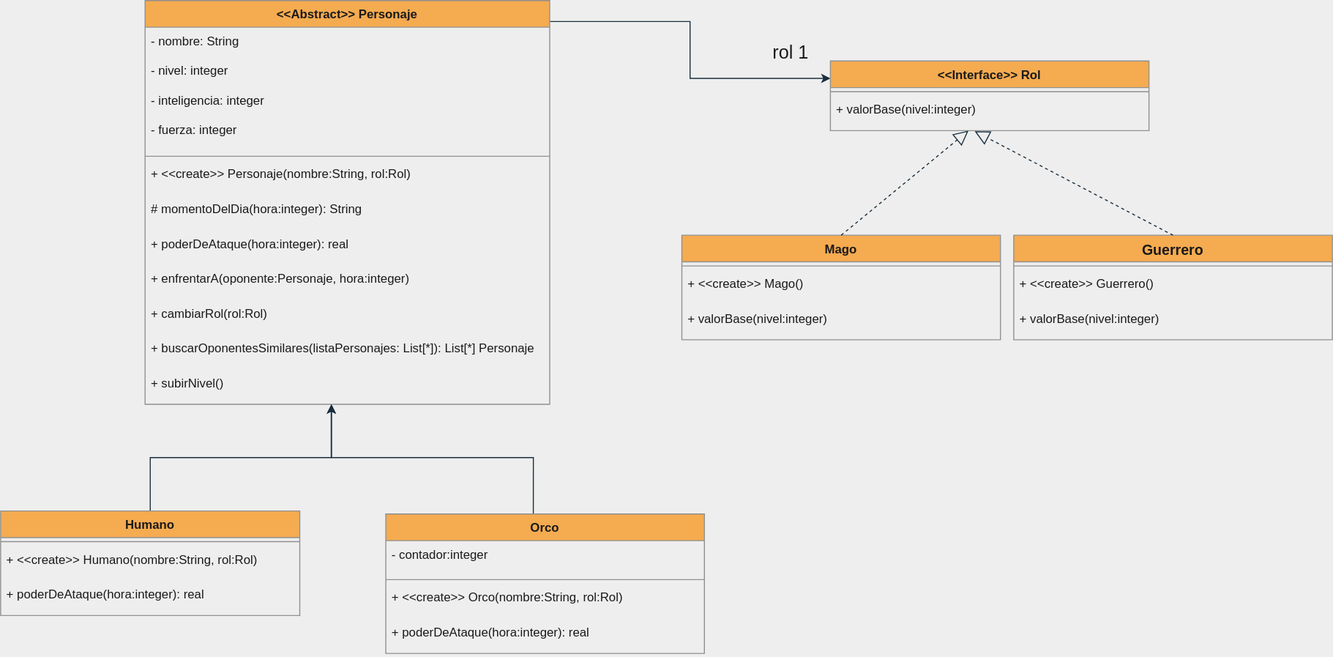
Before: Parciales/ResolucionParcial02/UMLParcial02.svg, a diagram exported from draw.io (dazayamil/Java_Objetos1). Source tidied: cells renumbered, new cells last; positions are measured from the earlier drawing's top-left corner, leaving out a move shared by most shapes.
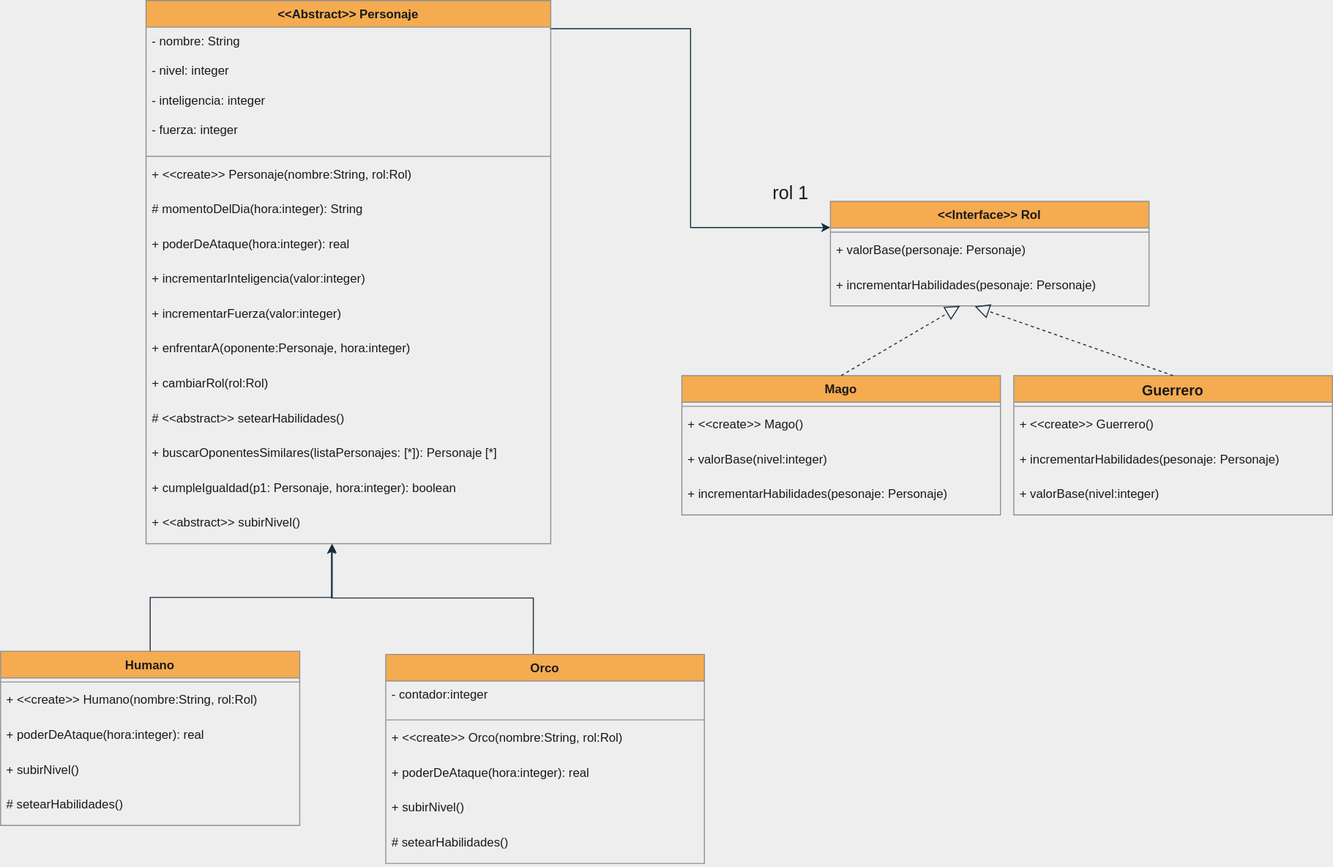
After the commit.

Commit message:
Diseño UML finalizado y metodo Cambiar Rol finalizado

Diff of the diagram source:
```diff
@@ -6,7 +6,7 @@
       <mxGeometry relative="1" as="geometry" />
     </mxCell>
     <mxCell id="3" value="&lt;&lt;Abstract&gt;&gt; Personaje" style="swimlane;fontStyle=1;align=center;verticalAlign=top;horizontal=1;startSize=26;fillColor=#F5AB50;strokeColor=#909090;fontColor=#1A1A1A;" parent="1" vertex="1">
-      <mxGeometry x="141" width="395" height="394" as="geometry" />
+      <mxGeometry x="142" y="-137" width="395" height="530" as="geometry" />
     </mxCell>
     <mxCell id="4" value="- nombre: String" style="text;strokeColor=none;fillColor=none;align=left;verticalAlign=top;spacingLeft=4;spacingRight=4;overflow=hidden;fontColor=#1A1A1A;" parent="3" vertex="1">
       <mxGeometry y="26" width="395" height="29" as="geometry" />
@@ -32,23 +32,35 @@
     <mxCell id="11" value="+ poderDeAtaque(hora:integer): real" style="text;strokeColor=none;fillColor=none;align=left;verticalAlign=top;spacingLeft=4;spacingRight=4;overflow=hidden;fontColor=#1A1A1A;" parent="3" vertex="1">
       <mxGeometry y="224" width="395" height="34" as="geometry" />
     </mxCell>
+    <mxCell id="41" value="+ incrementarInteligencia(valor:integer)" style="text;strokeColor=none;fillColor=none;align=left;verticalAlign=top;spacingLeft=4;spacingRight=4;overflow=hidden;fontColor=#1A1A1A;" parent="3" vertex="1">
+      <mxGeometry y="258" width="395" height="34" as="geometry" />
+    </mxCell>
+    <mxCell id="42" value="+ incrementarFuerza(valor:integer)" style="text;strokeColor=none;fillColor=none;align=left;verticalAlign=top;spacingLeft=4;spacingRight=4;overflow=hidden;fontColor=#1A1A1A;" parent="3" vertex="1">
+      <mxGeometry y="292" width="395" height="34" as="geometry" />
+    </mxCell>
     <mxCell id="12" value="+ enfrentarA(oponente:Personaje, hora:integer)" style="text;strokeColor=none;fillColor=none;align=left;verticalAlign=top;spacingLeft=4;spacingRight=4;overflow=hidden;fontColor=#1A1A1A;" parent="3" vertex="1">
-      <mxGeometry y="258" width="395" height="34" as="geometry" />
+      <mxGeometry y="326" width="395" height="34" as="geometry" />
     </mxCell>
     <mxCell id="13" value="+ cambiarRol(rol:Rol)" style="text;strokeColor=none;fillColor=none;align=left;verticalAlign=top;spacingLeft=4;spacingRight=4;overflow=hidden;fontColor=#1A1A1A;" parent="3" vertex="1">
-      <mxGeometry y="292" width="395" height="34" as="geometry" />
+      <mxGeometry y="360" width="395" height="34" as="geometry" />
     </mxCell>
+    <mxCell id="43" value="# &lt;&lt;abstract&gt;&gt; setearHabilidades()" style="text;strokeColor=none;fillColor=none;align=left;verticalAlign=top;spacingLeft=4;spacingRight=4;overflow=hidden;fontColor=#1A1A1A;" parent="3" vertex="1">
+      <mxGeometry y="394" width="395" height="34" as="geometry" />
+    </mxCell>
-    <mxCell id="14" value="+ buscarOponentesSimilares(listaPersonajes: List[*]): List[*] Personaje" style="text;strokeColor=none;fillColor=none;align=left;verticalAlign=top;spacingLeft=4;spacingRight=4;overflow=hidden;fontColor=#1A1A1A;" parent="3" vertex="1">
-      <mxGeometry y="326" width="395" height="34" as="geometry" />
+    <mxCell id="14" value="+ buscarOponentesSimilares(listaPersonajes: [*]): Personaje [*]" style="text;strokeColor=none;fillColor=none;align=left;verticalAlign=top;spacingLeft=4;spacingRight=4;overflow=hidden;fontColor=#1A1A1A;" parent="3" vertex="1">
+      <mxGeometry y="428" width="395" height="34" as="geometry" />
     </mxCell>
+    <mxCell id="44" value="+ cumpleIgualdad(p1: Personaje, hora:integer): boolean" style="text;strokeColor=none;fillColor=none;align=left;verticalAlign=top;spacingLeft=4;spacingRight=4;overflow=hidden;fontColor=#1A1A1A;" parent="3" vertex="1">
+      <mxGeometry y="462" width="395" height="34" as="geometry" />
+    </mxCell>
-    <mxCell id="15" value="+ subirNivel()" style="text;strokeColor=none;fillColor=none;align=left;verticalAlign=top;spacingLeft=4;spacingRight=4;overflow=hidden;points=[[0,0.5],[1,0.5]];portConstraint=eastwest;fontColor=#1A1A1A;" parent="3" vertex="1">
-      <mxGeometry y="360" width="395" height="34" as="geometry" />
+    <mxCell id="15" value="+ &lt;&lt;abstract&gt;&gt; subirNivel()" style="text;strokeColor=none;fillColor=none;align=left;verticalAlign=top;spacingLeft=4;spacingRight=4;overflow=hidden;points=[[0,0.5],[1,0.5]];portConstraint=eastwest;fontColor=#1A1A1A;" parent="3" vertex="1">
+      <mxGeometry y="496" width="395" height="34" as="geometry" />
     </mxCell>
     <mxCell id="16" style="edgeStyle=orthogonalEdgeStyle;rounded=0;jettySize=auto;html=1;entryX=0.46;entryY=1.004;entryDx=0;entryDy=0;entryPerimeter=0;strokeColor=#182E3E;fontColor=#1A1A1A;" parent="1" edge="1" source="17" target="15">
       <mxGeometry relative="1" as="geometry" />
     </mxCell>
     <mxCell id="17" value="Humano" style="swimlane;fontStyle=1;align=center;verticalAlign=top;horizontal=1;startSize=26;fillColor=#F5AB50;strokeColor=#909090;fontColor=#1A1A1A;" parent="1" vertex="1">
-      <mxGeometry y="498" width="292" height="102" as="geometry" />
+      <mxGeometry y="498" width="292" height="170" as="geometry" />
     </mxCell>
     <mxCell id="18" style="line;strokeWidth=1;fillColor=none;align=left;verticalAlign=middle;spacingTop=-1;spacingLeft=3;spacingRight=3;labelPosition=right;strokeColor=#909090;labelBackgroundColor=#EEEEEE;fontColor=#1A1A1A;" parent="17" vertex="1">
       <mxGeometry y="26" width="292" height="8" as="geometry" />
@@ -59,6 +71,12 @@
     <mxCell id="20" value="+ poderDeAtaque(hora:integer): real" style="text;strokeColor=none;fillColor=none;align=left;verticalAlign=top;spacingLeft=4;spacingRight=4;overflow=hidden;fontColor=#1A1A1A;" parent="17" vertex="1">
       <mxGeometry y="68" width="292" height="34" as="geometry" />
     </mxCell>
+    <mxCell id="45" value="+ subirNivel()" style="text;strokeColor=none;fillColor=none;align=left;verticalAlign=top;spacingLeft=4;spacingRight=4;overflow=hidden;fontColor=#1A1A1A;" parent="17" vertex="1">
+      <mxGeometry y="102" width="292" height="34" as="geometry" />
+    </mxCell>
+    <mxCell id="46" value="# setearHabilidades()" style="text;strokeColor=none;fillColor=none;align=left;verticalAlign=top;spacingLeft=4;spacingRight=4;overflow=hidden;fontColor=#1A1A1A;" parent="17" vertex="1">
+      <mxGeometry y="136" width="292" height="34" as="geometry" />
+    </mxCell>
     <mxCell id="21" style="edgeStyle=orthogonalEdgeStyle;rounded=0;jettySize=auto;html=1;strokeColor=#182E3E;fontColor=#1A1A1A;exitX=0.463;exitY=0;exitDx=0;exitDy=0;exitPerimeter=0;" parent="1" edge="1" source="22">
       <mxGeometry relative="1" as="geometry">
         <mxPoint x="323" y="394" as="targetPoint" />
@@ -69,7 +87,7 @@
       </mxGeometry>
     </mxCell>
     <mxCell id="22" value="Orco" style="swimlane;fontStyle=1;align=center;verticalAlign=top;horizontal=1;startSize=26;fillColor=#F5AB50;strokeColor=#909090;fontColor=#1A1A1A;" parent="1" vertex="1">
-      <mxGeometry x="376" y="501" width="311" height="136" as="geometry" />
+      <mxGeometry x="376" y="501" width="311" height="204" as="geometry" />
     </mxCell>
     <mxCell id="23" value="- contador:integer" style="text;strokeColor=none;fillColor=none;align=left;verticalAlign=top;spacingLeft=4;spacingRight=4;overflow=hidden;fontColor=#1A1A1A;" parent="22" vertex="1">
       <mxGeometry y="26" width="311" height="34" as="geometry" />
@@ -83,20 +101,29 @@
     <mxCell id="26" value="+ poderDeAtaque(hora:integer): real" style="text;strokeColor=none;fillColor=none;align=left;verticalAlign=top;spacingLeft=4;spacingRight=4;overflow=hidden;fontColor=#1A1A1A;" parent="22" vertex="1">
       <mxGeometry y="102" width="311" height="34" as="geometry" />
     </mxCell>
+    <mxCell id="47" value="+ subirNivel()" style="text;strokeColor=none;fillColor=none;align=left;verticalAlign=top;spacingLeft=4;spacingRight=4;overflow=hidden;fontColor=#1A1A1A;" parent="22" vertex="1">
+      <mxGeometry y="136" width="311" height="34" as="geometry" />
+    </mxCell>
+    <mxCell id="48" value="# setearHabilidades()" style="text;strokeColor=none;fillColor=none;align=left;verticalAlign=top;spacingLeft=4;spacingRight=4;overflow=hidden;fontColor=#1A1A1A;" parent="22" vertex="1">
+      <mxGeometry y="170" width="311" height="34" as="geometry" />
+    </mxCell>
     <mxCell id="27" value="&lt;&lt;Interface&gt;&gt; Rol" style="swimlane;fontStyle=1;align=center;verticalAlign=top;horizontal=1;startSize=26;fillColor=#F5AB50;strokeColor=#909090;fontColor=#1A1A1A;" parent="1" vertex="1">
-      <mxGeometry x="810" y="59" width="311" height="68" as="geometry" />
+      <mxGeometry x="810" y="59" width="311" height="102" as="geometry" />
     </mxCell>
     <mxCell id="28" style="line;strokeWidth=1;fillColor=none;align=left;verticalAlign=middle;spacingTop=-1;spacingLeft=3;spacingRight=3;labelPosition=right;strokeColor=#909090;labelBackgroundColor=#EEEEEE;fontColor=#1A1A1A;" parent="27" vertex="1">
       <mxGeometry y="26" width="311" height="8" as="geometry" />
     </mxCell>
+    <mxCell id="49" value="+ valorBase(personaje: Personaje)" style="text;strokeColor=none;fillColor=none;align=left;verticalAlign=top;spacingLeft=4;spacingRight=4;overflow=hidden;fontColor=#1A1A1A;" parent="27" vertex="1">
+      <mxGeometry y="34" width="311" height="34" as="geometry" />
+    </mxCell>
-    <mxCell id="29" value="+ valorBase(nivel:integer)" style="text;strokeColor=none;fillColor=none;align=left;verticalAlign=top;spacingLeft=4;spacingRight=4;overflow=hidden;points=[[0,0.5],[1,0.5]];portConstraint=eastwest;fontColor=#1A1A1A;" parent="27" vertex="1">
-      <mxGeometry y="34" width="311" height="34" as="geometry" />
+    <mxCell id="29" value="+ incrementarHabilidades(pesonaje: Personaje)" style="text;strokeColor=none;fillColor=none;align=left;verticalAlign=top;spacingLeft=4;spacingRight=4;overflow=hidden;points=[[0,0.5],[1,0.5]];portConstraint=eastwest;fontColor=#1A1A1A;" parent="27" vertex="1">
+      <mxGeometry y="68" width="311" height="34" as="geometry" />
     </mxCell>
     <mxCell id="30" value="&lt;font style=&quot;font-size: 18px;&quot;&gt;rol 1&lt;/font&gt;" style="text;html=1;align=center;verticalAlign=middle;strokeColor=none;fillColor=none;fontColor=#1A1A1A;" parent="1" vertex="1">
       <mxGeometry x="744" y="34" width="53" height="34" as="geometry" />
     </mxCell>
     <mxCell id="31" value="Mago" style="swimlane;fontStyle=1;align=center;verticalAlign=top;horizontal=1;startSize=26;fillColor=#F5AB50;strokeColor=#909090;fontColor=#1A1A1A;" parent="1" vertex="1">
-      <mxGeometry x="665" y="229" width="311" height="102" as="geometry" />
+      <mxGeometry x="665" y="229" width="311" height="136" as="geometry" />
     </mxCell>
     <mxCell id="32" style="line;strokeWidth=1;fillColor=none;align=left;verticalAlign=middle;spacingTop=-1;spacingLeft=3;spacingRight=3;labelPosition=right;strokeColor=#909090;labelBackgroundColor=#EEEEEE;fontColor=#1A1A1A;" parent="31" vertex="1">
       <mxGeometry y="26" width="311" height="8" as="geometry" />
@@ -107,8 +134,11 @@
     <mxCell id="34" value="+ valorBase(nivel:integer)" style="text;strokeColor=none;fillColor=none;align=left;verticalAlign=top;spacingLeft=4;spacingRight=4;overflow=hidden;fontColor=#1A1A1A;" parent="31" vertex="1">
       <mxGeometry y="68" width="311" height="34" as="geometry" />
     </mxCell>
+    <mxCell id="50" value="+ incrementarHabilidades(pesonaje: Personaje)" style="text;strokeColor=none;fillColor=none;align=left;verticalAlign=top;spacingLeft=4;spacingRight=4;overflow=hidden;fontColor=#1A1A1A;" parent="31" vertex="1">
+      <mxGeometry y="102" width="311" height="34" as="geometry" />
+    </mxCell>
     <mxCell id="35" value="Guerrero" style="swimlane;fontStyle=1;align=center;verticalAlign=top;horizontal=1;startSize=26;fillColor=#F5AB50;strokeColor=#909090;fontColor=#1A1A1A;fontSize=14;" parent="1" vertex="1">
-      <mxGeometry x="989" y="229" width="311" height="102" as="geometry" />
+      <mxGeometry x="989" y="229" width="311" height="136" as="geometry" />
     </mxCell>
     <mxCell id="36" style="line;strokeWidth=1;fillColor=none;align=left;verticalAlign=middle;spacingTop=-1;spacingLeft=3;spacingRight=3;labelPosition=right;strokeColor=#909090;labelBackgroundColor=#EEEEEE;fontColor=#1A1A1A;" parent="35" vertex="1">
       <mxGeometry y="26" width="311" height="8" as="geometry" />
@@ -116,8 +146,11 @@
     <mxCell id="37" value="+ &lt;&lt;create&gt;&gt; Guerrero()" style="text;strokeColor=none;fillColor=none;align=left;verticalAlign=top;spacingLeft=4;spacingRight=4;overflow=hidden;fontColor=#1A1A1A;" parent="35" vertex="1">
       <mxGeometry y="34" width="311" height="34" as="geometry" />
     </mxCell>
+    <mxCell id="51" value="+ incrementarHabilidades(pesonaje: Personaje)" style="text;strokeColor=none;fillColor=none;align=left;verticalAlign=top;spacingLeft=4;spacingRight=4;overflow=hidden;fontColor=#1A1A1A;" parent="35" vertex="1">
+      <mxGeometry y="68" width="311" height="34" as="geometry" />
+    </mxCell>
     <mxCell id="38" value="+ valorBase(nivel:integer)" style="text;strokeColor=none;fillColor=none;align=left;verticalAlign=top;spacingLeft=4;spacingRight=4;overflow=hidden;fontColor=#1A1A1A;" parent="35" vertex="1">
-      <mxGeometry y="68" width="311" height="34" as="geometry" />
+      <mxGeometry y="102" width="311" height="34" as="geometry" />
     </mxCell>
     <mxCell id="39" style="endArrow=block;dashed=1;endFill=0;endSize=12;html=1;rounded=0;strokeColor=#182E3E;fontSize=14;fontColor=#1A1A1A;exitX=0.5;exitY=0;exitDx=0;exitDy=0;" parent="1" edge="1" source="31" target="29">
       <mxGeometry relative="1" as="geometry" />
```
